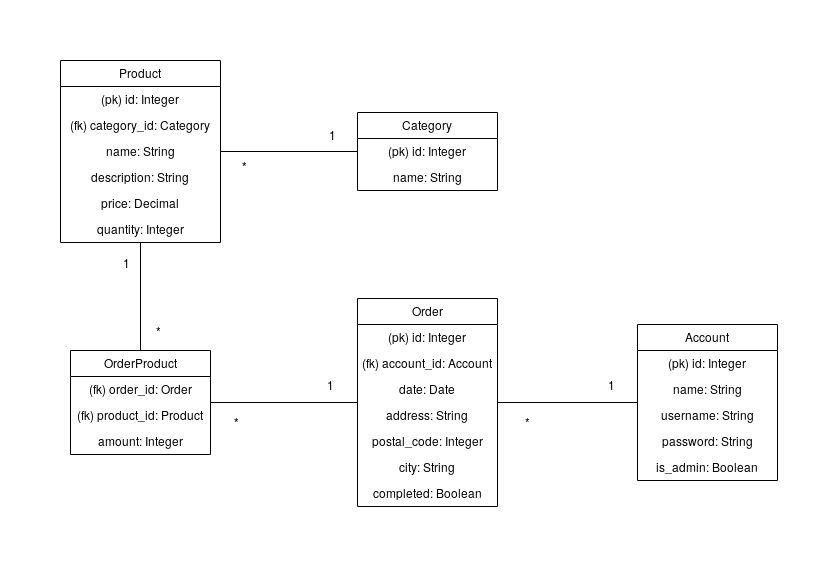
Before: documentation/Tietokantakaavio.png, a diagram exported from draw.io (ikaevalko/Tyokalukauppa). Source tidied: cells renumbered, new cells last; positions are measured from the earlier drawing's top-left corner, leaving out a move shared by most shapes.
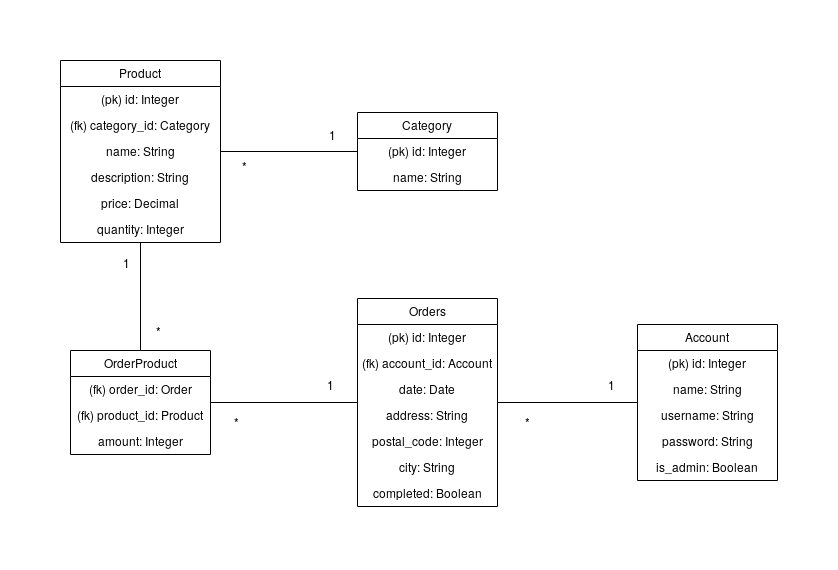
The same diagram one commit later.

The edit, as a diff of the source:
```diff
@@ -58,7 +58,7 @@
     <mxCell id="17" value="quantity: Integer" style="text;strokeColor=none;fillColor=none;align=center;verticalAlign=top;spacingLeft=4;spacingRight=4;overflow=hidden;" parent="11" vertex="1">
       <mxGeometry y="156" width="160" height="26" as="geometry" />
     </mxCell>
-    <mxCell id="18" value="Order" style="swimlane;fontStyle=0;horizontal=1;startSize=26;fillColor=none;" parent="1" vertex="1">
+    <mxCell id="18" value="Orders" style="swimlane;fontStyle=0;horizontal=1;startSize=26;fillColor=none;" parent="1" vertex="1">
       <mxGeometry x="297" y="238" width="140" height="208" as="geometry" />
     </mxCell>
     <mxCell id="19" value="(pk) id: Integer" style="text;strokeColor=none;fillColor=none;align=center;verticalAlign=top;spacingLeft=4;spacingRight=4;overflow=hidden;" parent="18" vertex="1">
```
